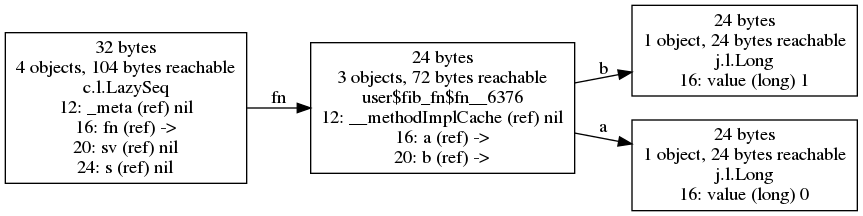
The Graphviz diagram doc/images/lazy-fib-seq-unrealized.png in jafingerhut/cljol, before a commit. Its source is kept beside it as doc/images/lazy-fib-seq-unrealized.dot.
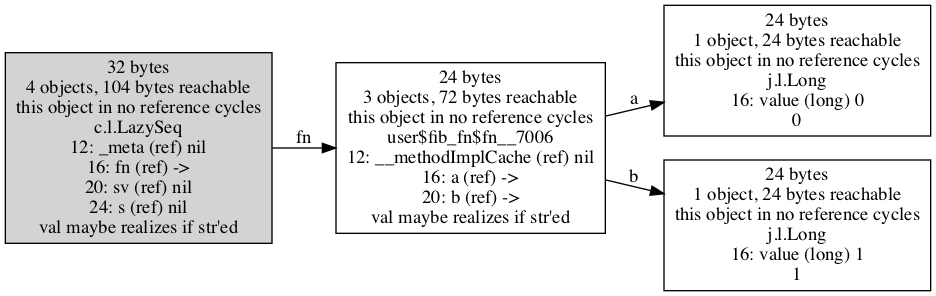
Above is the later version.

Change to the diagram source:
```diff
@@ -1,27 +1,35 @@
 digraph {
 graph [layout=dot,rankdir=LR];
-"26102850176" [label="24 bytes
+"28991406664" ["scc-num-nodes"=1,label="24 bytes
 1 object, 24 bytes reachable
+this object in no reference cycles
 j.l.Long
-16: value (long) 1",shape=box];
-"26106721920" [label="24 bytes
+16: value (long) 0
+0",shape=box];
+"28991464656" ["scc-num-nodes"=1,label="24 bytes
 1 object, 24 bytes reachable
+this object in no reference cycles
 j.l.Long
-16: value (long) 0",shape=box];
-"26124227456" [label="32 bytes
+16: value (long) 1
+1",shape=box];
+"32024788488" ["scc-num-nodes"=1,style=filled,label="32 bytes
 4 objects, 104 bytes reachable
+this object in no reference cycles
 c.l.LazySeq
 12: _meta (ref) nil
 16: fn (ref) ->
 20: sv (ref) nil
-24: s (ref) nil",shape=box];
-"26124227712" [label="24 bytes
+24: s (ref) nil
+val maybe realizes if str'ed",shape=box];
+"32024788520" ["scc-num-nodes"=1,label="24 bytes
 3 objects, 72 bytes reachable
-user$fib_fn$fn__6376
+this object in no reference cycles
+user$fib_fn$fn__7006
 12: __methodImplCache (ref) nil
 16: a (ref) ->
-20: b (ref) ->",shape=box];
-"26124227456" -> "26124227712" ["field-name"=fn,label=fn];
-"26124227712" -> "26106721920" ["field-name"=a,label=a];
-"26124227712" -> "26102850176" ["field-name"=b,label=b];
+20: b (ref) ->
+val maybe realizes if str'ed",shape=box];
+"32024788488" -> "32024788520" ["field-name"=fn,label=fn];
+"32024788520" -> "28991406664" ["field-name"=a,label=a];
+"32024788520" -> "28991464656" ["field-name"=b,label=b];
 }
```
